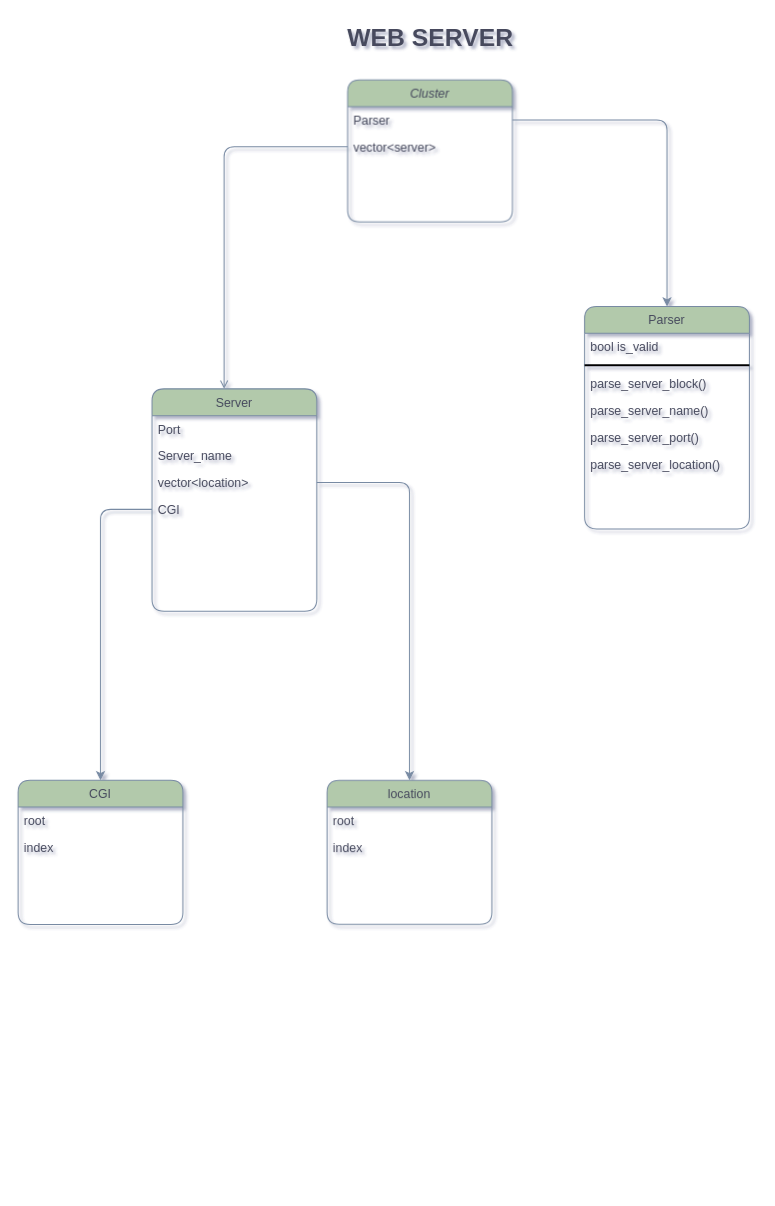
This is roadmap.drawio from Thibaud-43/Webserver, a draw.io file, before an edit. Source tidied: cells renumbered, new cells numbered last; positions are measured from the earlier drawing's top-left corner, leaving out a move shared by most shapes. Both pictures are drawn from the tidied source at 103%, with x=0, y=0 at pixel (18, 18).
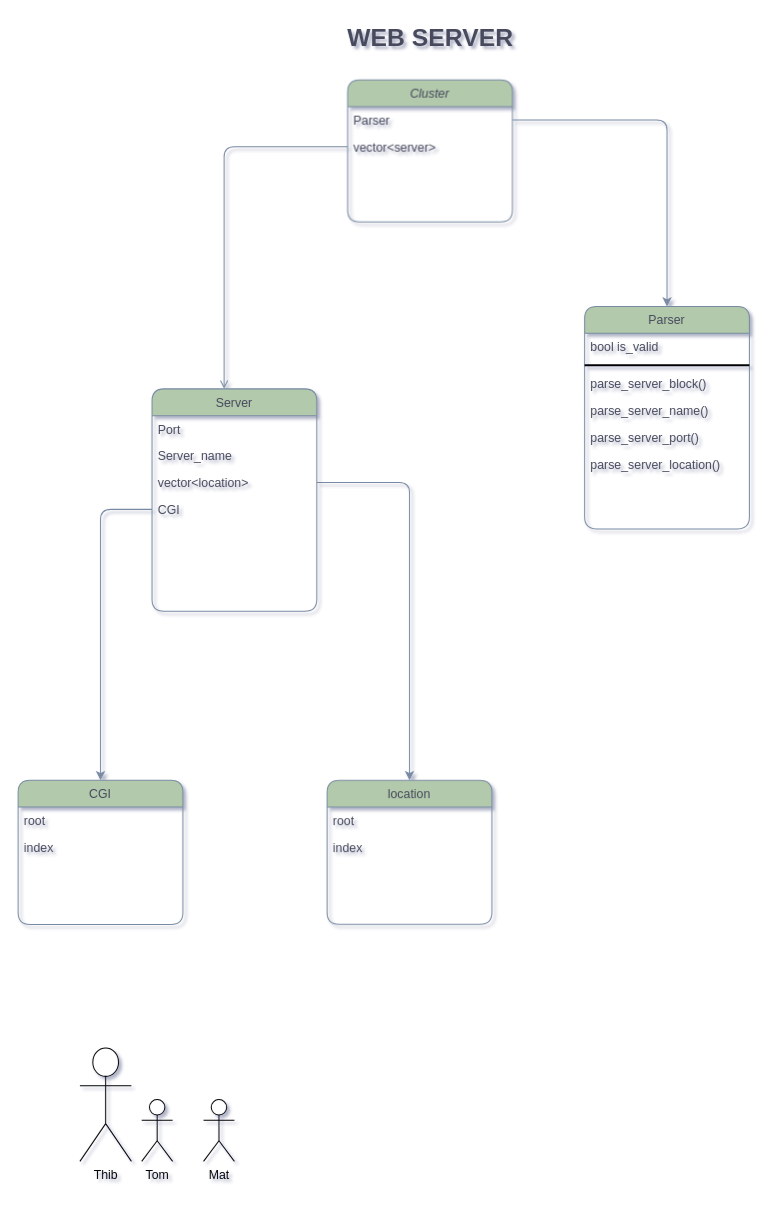
The same diagram, later.

Commit message:
[FEATURE] Add a roadmap of potential architecture

What changed in the source:
```diff
@@
+    <mxCell id="28" value="Thib" style="shape=umlActor;verticalLabelPosition=bottom;verticalAlign=top;html=1;" parent="1" vertex="1">
+      <mxGeometry x="60" y="1000" width="50" height="110" as="geometry" />
+    </mxCell>
+    <mxCell id="29" value="Tom" style="shape=umlActor;verticalLabelPosition=bottom;verticalAlign=top;html=1;" parent="1" vertex="1">
+      <mxGeometry x="120" y="1050" width="30" height="60" as="geometry" />
+    </mxCell>
+    <mxCell id="30" value="Mat" style="shape=umlActor;verticalLabelPosition=bottom;verticalAlign=top;html=1;" parent="1" vertex="1">
+      <mxGeometry x="180" y="1050" width="30" height="60" as="geometry" />
+    </mxCell>
```
